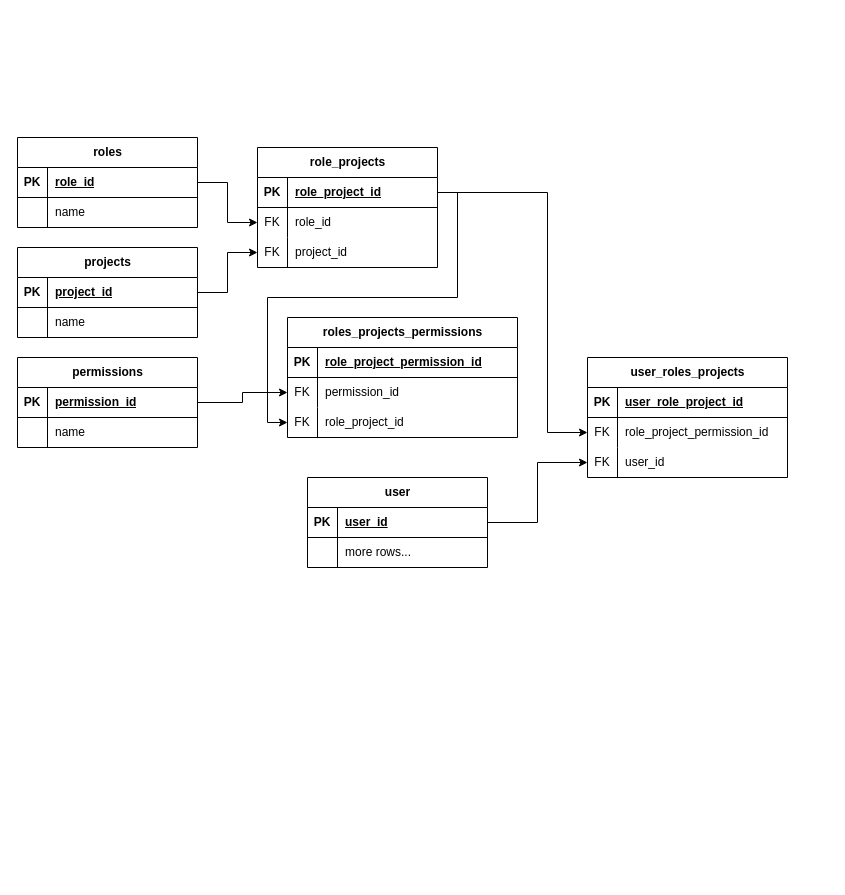
Before: roles.drawio in davinzifc/diagrams, a draw.io diagram. Source tidied: cells renumbered, new cells numbered last; positions are measured from the earlier drawing's top-left corner, leaving out a move shared by most shapes. Both pictures are drawn from the tidied source at 100%, with x=0, y=0 at pixel (17, 137).
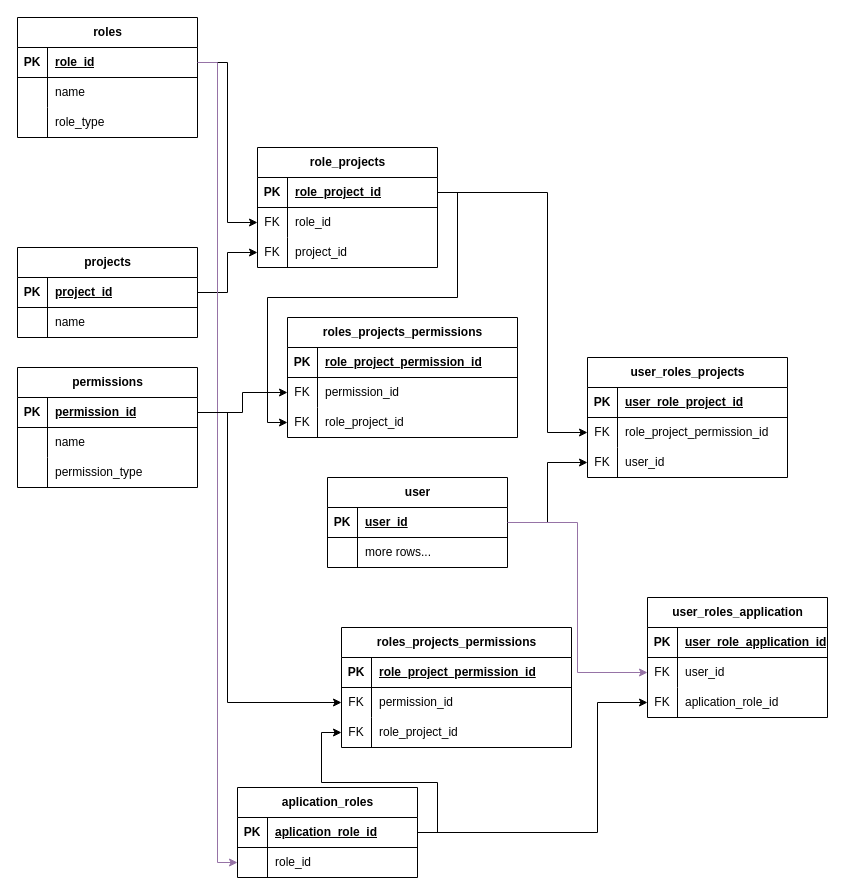
Above is the later version.

The change refers to these unchanged cells:
```xml
<mxCell id="3" style="shape=tableRow;horizontal=0;startSize=0;swimlaneHead=0;swimlaneBody=0;fillColor=none;points=[[0,0.5],[1,0.5]];portConstraint=eastwest;top=0;left=0;right=0;bottom=1;" parent="2" vertex="1">
  <mxGeometry y="30" width="180" height="30" as="geometry" />
</mxCell>
<mxCell id="17" style="shape=tableRow;horizontal=0;startSize=0;swimlaneHead=0;swimlaneBody=0;fillColor=none;points=[[0,0.5],[1,0.5]];portConstraint=eastwest;top=0;left=0;right=0;bottom=1;" parent="16" vertex="1">
  <mxGeometry y="30" width="180" height="30" as="geometry" />
</mxCell>
<mxCell id="44" style="shape=tableRow;horizontal=0;startSize=0;swimlaneHead=0;swimlaneBody=0;fillColor=none;points=[[0,0.5],[1,0.5]];portConstraint=eastwest;top=0;left=0;right=0;bottom=1;" parent="43" vertex="1">
  <mxGeometry y="30" width="180" height="30" as="geometry" />
</mxCell>
```

What changed in the source:
```diff
@@
     <mxCell id="2" value="roles" style="shape=table;startSize=30;childLayout=tableLayout;rowLines=0;fontStyle=1;align=center;html=1;" parent="1" vertex="1">
-      <mxGeometry width="180" height="90" as="geometry" />
+      <mxGeometry y="-120" width="180" height="120" as="geometry" />
     </mxCell>
@@
+    <mxCell id="66" style="shape=tableRow;horizontal=0;startSize=0;swimlaneHead=0;swimlaneBody=0;fillColor=none;top=0;left=0;right=0;bottom=0;" parent="2" vertex="1">
+      <mxGeometry y="90" width="180" height="30" as="geometry" />
+    </mxCell>
+    <mxCell id="67" style="shape=partialRectangle;fillColor=none;top=0;left=0;bottom=0;right=0;overflow=hidden;whiteSpace=wrap;html=1;" parent="66" vertex="1">
+      <mxGeometry width="30" height="30" as="geometry" />
+    </mxCell>
+    <mxCell id="68" value="role_type" style="shape=partialRectangle;fillColor=none;top=0;left=0;bottom=0;right=0;align=left;spacingLeft=6;overflow=hidden;whiteSpace=wrap;html=1;" parent="66" vertex="1">
+      <mxGeometry x="30" width="150" height="30" as="geometry" />
+    </mxCell>
@@
     <mxCell id="16" value="permissions" style="shape=table;startSize=30;childLayout=tableLayout;rowLines=0;fontStyle=1;align=center;html=1;" parent="1" vertex="1">
-      <mxGeometry y="220" width="180" height="90" as="geometry" />
+      <mxGeometry y="230" width="180" height="120" as="geometry" />
     </mxCell>
@@
+    <mxCell id="69" style="shape=tableRow;horizontal=0;startSize=0;swimlaneHead=0;swimlaneBody=0;fillColor=none;top=0;left=0;right=0;bottom=0;" parent="16" vertex="1">
+      <mxGeometry y="90" width="180" height="30" as="geometry" />
+    </mxCell>
+    <mxCell id="70" style="shape=partialRectangle;fillColor=none;top=0;left=0;bottom=0;right=0;overflow=hidden;whiteSpace=wrap;html=1;" parent="69" vertex="1">
+      <mxGeometry width="30" height="30" as="geometry" />
+    </mxCell>
+    <mxCell id="71" value="permission_type" style="shape=partialRectangle;fillColor=none;top=0;left=0;bottom=0;right=0;align=left;spacingLeft=6;overflow=hidden;whiteSpace=wrap;html=1;" parent="69" vertex="1">
+      <mxGeometry x="30" width="150" height="30" as="geometry" />
+    </mxCell>
@@
     <mxCell id="43" value="user" style="shape=table;startSize=30;childLayout=tableLayout;rowLines=0;fontStyle=1;align=center;html=1;" parent="1" vertex="1">
-      <mxGeometry x="290" y="340" width="180" height="90" as="geometry" />
+      <mxGeometry x="310" y="340" width="180" height="90" as="geometry" />
     </mxCell>
@@
+    <mxCell id="72" value="aplication_roles" style="shape=table;startSize=30;childLayout=tableLayout;rowLines=0;fontStyle=1;align=center;html=1;" parent="1" vertex="1">
+      <mxGeometry x="220" y="650" width="180" height="90" as="geometry" />
+    </mxCell>
+    <mxCell id="73" style="shape=tableRow;horizontal=0;startSize=0;swimlaneHead=0;swimlaneBody=0;fillColor=none;points=[[0,0.5],[1,0.5]];portConstraint=eastwest;top=0;left=0;right=0;bottom=1;" parent="72" vertex="1">
+      <mxGeometry y="30" width="180" height="30" as="geometry" />
+    </mxCell>
+    <mxCell id="74" value="PK" style="shape=partialRectangle;fillColor=none;top=0;left=0;bottom=0;right=0;fontStyle=1;overflow=hidden;whiteSpace=wrap;html=1;" parent="73" vertex="1">
+      <mxGeometry width="30" height="30" as="geometry" />
+    </mxCell>
+    <mxCell id="75" value="aplication_role_id" style="shape=partialRectangle;fillColor=none;top=0;left=0;bottom=0;right=0;align=left;spacingLeft=6;fontStyle=5;overflow=hidden;whiteSpace=wrap;html=1;" parent="73" vertex="1">
+      <mxGeometry x="30" width="150" height="30" as="geometry" />
+    </mxCell>
+    <mxCell id="76" style="shape=tableRow;horizontal=0;startSize=0;swimlaneHead=0;swimlaneBody=0;fillColor=none;points=[[0,0.5],[1,0.5]];portConstraint=eastwest;top=0;left=0;right=0;bottom=0;" parent="72" vertex="1">
+      <mxGeometry y="60" width="180" height="30" as="geometry" />
+    </mxCell>
+    <mxCell id="77" style="shape=partialRectangle;fillColor=none;top=0;left=0;bottom=0;right=0;overflow=hidden;whiteSpace=wrap;html=1;" parent="76" vertex="1">
+      <mxGeometry width="30" height="30" as="geometry" />
+    </mxCell>
+    <mxCell id="78" value="role_id" style="shape=partialRectangle;fillColor=none;top=0;left=0;bottom=0;right=0;align=left;spacingLeft=6;overflow=hidden;whiteSpace=wrap;html=1;" parent="76" vertex="1">
+      <mxGeometry x="30" width="150" height="30" as="geometry" />
+    </mxCell>
+    <mxCell id="79" value="user_roles_application" style="shape=table;startSize=30;childLayout=tableLayout;rowLines=0;fontStyle=1;align=center;html=1;" parent="1" vertex="1">
+      <mxGeometry x="630" y="460" width="180" height="120" as="geometry" />
+    </mxCell>
+    <mxCell id="80" style="shape=tableRow;horizontal=0;startSize=0;swimlaneHead=0;swimlaneBody=0;fillColor=none;top=0;left=0;right=0;bottom=1;" parent="79" vertex="1">
+      <mxGeometry y="30" width="180" height="30" as="geometry" />
+    </mxCell>
+    <mxCell id="81" value="PK" style="shape=partialRectangle;fillColor=none;top=0;left=0;bottom=0;right=0;fontStyle=1;overflow=hidden;whiteSpace=wrap;html=1;" parent="80" vertex="1">
+      <mxGeometry width="30" height="30" as="geometry" />
+    </mxCell>
+    <mxCell id="82" value="user_role_application_id" style="shape=partialRectangle;fillColor=none;top=0;left=0;bottom=0;right=0;align=left;spacingLeft=6;fontStyle=5;overflow=hidden;whiteSpace=wrap;html=1;" parent="80" vertex="1">
+      <mxGeometry x="30" width="150" height="30" as="geometry" />
+    </mxCell>
+    <mxCell id="83" style="shape=tableRow;horizontal=0;startSize=0;swimlaneHead=0;swimlaneBody=0;fillColor=none;points=[[0,0.5],[1,0.5]];portConstraint=eastwest;top=0;left=0;right=0;bottom=0;" parent="79" vertex="1">
+      <mxGeometry y="60" width="180" height="30" as="geometry" />
+    </mxCell>
+    <mxCell id="84" value="FK" style="shape=partialRectangle;fillColor=none;top=0;left=0;bottom=0;right=0;overflow=hidden;whiteSpace=wrap;html=1;" parent="83" vertex="1">
+      <mxGeometry width="30" height="30" as="geometry" />
+    </mxCell>
+    <mxCell id="85" value="user_id" style="shape=partialRectangle;fillColor=none;top=0;left=0;bottom=0;right=0;align=left;spacingLeft=6;overflow=hidden;whiteSpace=wrap;html=1;" parent="83" vertex="1">
+      <mxGeometry x="30" width="150" height="30" as="geometry" />
+    </mxCell>
+    <mxCell id="86" style="shape=tableRow;horizontal=0;startSize=0;swimlaneHead=0;swimlaneBody=0;fillColor=none;points=[[0,0.5],[1,0.5]];portConstraint=eastwest;top=0;left=0;right=0;bottom=0;" parent="79" vertex="1">
+      <mxGeometry y="90" width="180" height="30" as="geometry" />
+    </mxCell>
+    <mxCell id="87" value="FK" style="shape=partialRectangle;fillColor=none;top=0;left=0;bottom=0;right=0;overflow=hidden;whiteSpace=wrap;html=1;" parent="86" vertex="1">
+      <mxGeometry width="30" height="30" as="geometry" />
+    </mxCell>
+    <mxCell id="88" value="aplication_role_id" style="shape=partialRectangle;fillColor=none;top=0;left=0;bottom=0;right=0;align=left;spacingLeft=6;overflow=hidden;whiteSpace=wrap;html=1;" parent="86" vertex="1">
+      <mxGeometry x="30" width="150" height="30" as="geometry" />
+    </mxCell>
+    <mxCell id="89" style="edgeStyle=orthogonalEdgeStyle;rounded=0;jettySize=auto;html=1;exitX=1;exitY=0.5;exitDx=0;exitDy=0;fillColor=#e1d5e7;strokeColor=#9673a6;" parent="1" edge="1" source="44" target="83">
+      <mxGeometry relative="1" as="geometry" />
+    </mxCell>
+    <mxCell id="90" style="edgeStyle=orthogonalEdgeStyle;rounded=0;jettySize=auto;html=1;exitX=1;exitY=0.5;exitDx=0;exitDy=0;entryX=0;entryY=0.5;entryDx=0;entryDy=0;fillColor=#e1d5e7;strokeColor=#9673a6;" parent="1" edge="1" source="3" target="76">
+      <mxGeometry relative="1" as="geometry" />
+    </mxCell>
+    <mxCell id="91" value="roles_projects_permissions" style="shape=table;startSize=30;childLayout=tableLayout;rowLines=0;fontStyle=1;align=center;html=1;" parent="1" vertex="1">
+      <mxGeometry x="324" y="490" width="230" height="120" as="geometry" />
+    </mxCell>
+    <mxCell id="92" style="shape=tableRow;horizontal=0;startSize=0;swimlaneHead=0;swimlaneBody=0;fillColor=none;top=0;left=0;right=0;bottom=1;" parent="91" vertex="1">
+      <mxGeometry y="30" width="230" height="30" as="geometry" />
+    </mxCell>
+    <mxCell id="93" value="PK" style="shape=partialRectangle;fillColor=none;top=0;left=0;bottom=0;right=0;fontStyle=1;overflow=hidden;whiteSpace=wrap;html=1;" parent="92" vertex="1">
+      <mxGeometry width="30" height="30" as="geometry" />
+    </mxCell>
+    <mxCell id="94" value="role_project_permission_id" style="shape=partialRectangle;fillColor=none;top=0;left=0;bottom=0;right=0;align=left;spacingLeft=6;fontStyle=5;overflow=hidden;whiteSpace=wrap;html=1;" parent="92" vertex="1">
+      <mxGeometry x="30" width="200" height="30" as="geometry" />
+    </mxCell>
+    <mxCell id="95" style="shape=tableRow;horizontal=0;startSize=0;swimlaneHead=0;swimlaneBody=0;fillColor=none;points=[[0,0.5],[1,0.5]];portConstraint=eastwest;top=0;left=0;right=0;bottom=0;" parent="91" vertex="1">
+      <mxGeometry y="60" width="230" height="30" as="geometry" />
+    </mxCell>
+    <mxCell id="96" value="FK" style="shape=partialRectangle;fillColor=none;top=0;left=0;bottom=0;right=0;overflow=hidden;whiteSpace=wrap;html=1;" parent="95" vertex="1">
+      <mxGeometry width="30" height="30" as="geometry" />
+    </mxCell>
+    <mxCell id="97" value="permission_id" style="shape=partialRectangle;fillColor=none;top=0;left=0;bottom=0;right=0;align=left;spacingLeft=6;overflow=hidden;whiteSpace=wrap;html=1;" parent="95" vertex="1">
+      <mxGeometry x="30" width="200" height="30" as="geometry" />
+    </mxCell>
+    <mxCell id="98" style="shape=tableRow;horizontal=0;startSize=0;swimlaneHead=0;swimlaneBody=0;fillColor=none;points=[[0,0.5],[1,0.5]];portConstraint=eastwest;top=0;left=0;right=0;bottom=0;" parent="91" vertex="1">
+      <mxGeometry y="90" width="230" height="30" as="geometry" />
+    </mxCell>
+    <mxCell id="99" value="FK" style="shape=partialRectangle;fillColor=none;top=0;left=0;bottom=0;right=0;overflow=hidden;whiteSpace=wrap;html=1;" parent="98" vertex="1">
+      <mxGeometry width="30" height="30" as="geometry" />
+    </mxCell>
+    <mxCell id="100" value="role_project_id" style="shape=partialRectangle;fillColor=none;top=0;left=0;bottom=0;right=0;align=left;spacingLeft=6;overflow=hidden;whiteSpace=wrap;html=1;" parent="98" vertex="1">
+      <mxGeometry x="30" width="200" height="30" as="geometry" />
+    </mxCell>
+    <mxCell id="101" style="edgeStyle=orthogonalEdgeStyle;rounded=0;jettySize=auto;html=1;exitX=1;exitY=0.5;exitDx=0;exitDy=0;entryX=0;entryY=0.5;entryDx=0;entryDy=0;" parent="1" edge="1" source="73" target="98">
+      <mxGeometry relative="1" as="geometry" />
+    </mxCell>
+    <mxCell id="102" style="edgeStyle=orthogonalEdgeStyle;rounded=0;jettySize=auto;html=1;exitX=1;exitY=0.5;exitDx=0;exitDy=0;entryX=0;entryY=0.5;entryDx=0;entryDy=0;" parent="1" edge="1" source="17" target="95">
+      <mxGeometry relative="1" as="geometry">
+        <Array as="points">
+          <mxPoint x="210" y="275" />
+          <mxPoint x="210" y="565" />
+        </Array>
+      </mxGeometry>
+    </mxCell>
+    <mxCell id="103" style="edgeStyle=orthogonalEdgeStyle;rounded=0;jettySize=auto;html=1;exitX=1;exitY=0.5;exitDx=0;exitDy=0;" parent="1" edge="1" source="73" target="86">
+      <mxGeometry relative="1" as="geometry">
+        <Array as="points">
+          <mxPoint x="580" y="695" />
+          <mxPoint x="580" y="565" />
+        </Array>
+      </mxGeometry>
+    </mxCell>
```
